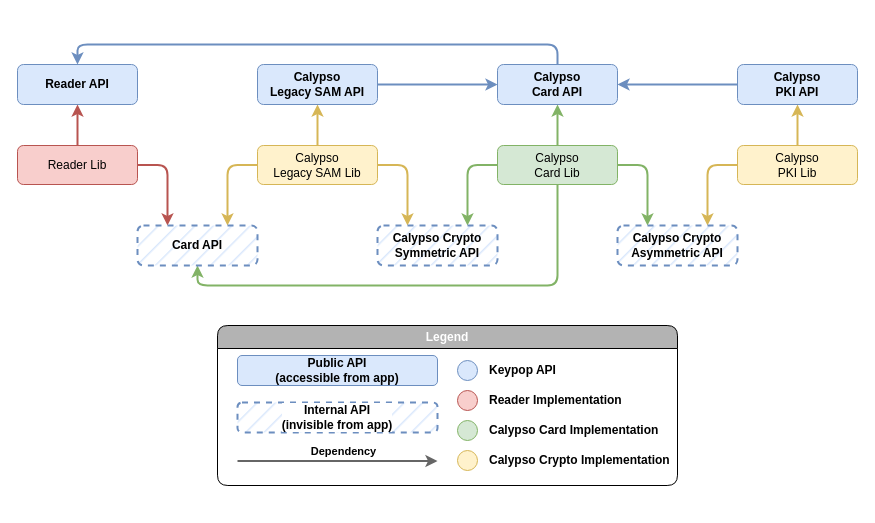
eclipse-keypop/keypop-website keeps this draw.io diagram as static/media/uml/apis_dependencies_overview.drawio. Above is the earlier version. Source tidied: cells renumbered, new cells numbered last; positions are measured from the earlier drawing's top-left corner, leaving out a move shared by most shapes. Both pictures are drawn from the tidied source at 100%, with x=0, y=0 at pixel (17, 64).
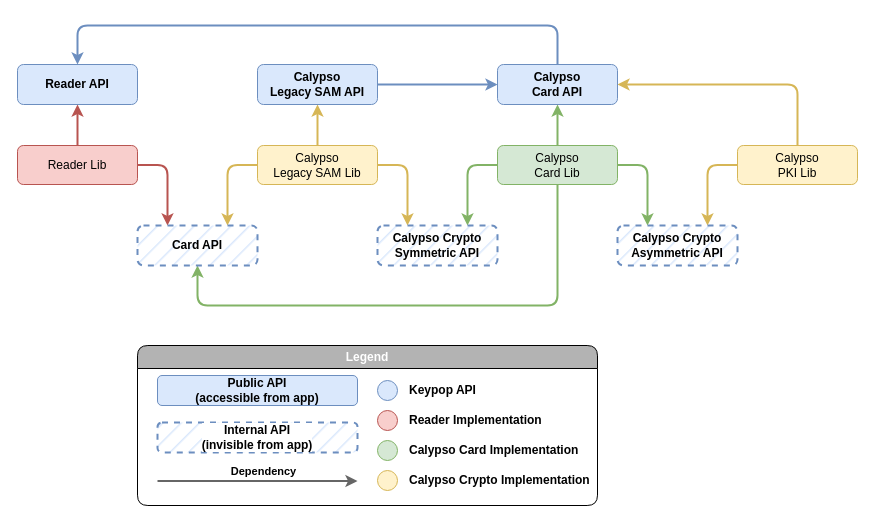
The same diagram, later.

The change refers to these unchanged cells:
```xml
<mxCell id="13" value="Reader API" style="rounded=1;whiteSpace=wrap;html=1;fillColor=#dae8fc;strokeColor=#6c8ebf;fontStyle=1;" parent="1" vertex="1">
  <mxGeometry width="120" height="40" as="geometry" />
</mxCell>
<mxCell id="14" value="Calypso&lt;br&gt;Card API" style="rounded=1;whiteSpace=wrap;html=1;fillColor=#dae8fc;strokeColor=#6c8ebf;fontStyle=1;" parent="1" vertex="1">
  <mxGeometry x="480" width="120" height="40" as="geometry" />
</mxCell>
<mxCell id="18" value="Calypso&lt;br&gt;Card Lib" style="rounded=1;whiteSpace=wrap;html=1;fillColor=#d5e8d4;strokeColor=#82b366;" parent="1" vertex="1">
  <mxGeometry x="480" y="81" width="120" height="39" as="geometry" />
</mxCell>
<mxCell id="20" value="Calypso&lt;br&gt;PKI Lib" style="rounded=1;whiteSpace=wrap;html=1;fillColor=#fff2cc;strokeColor=#d6b656;" parent="1" vertex="1">
  <mxGeometry x="720" y="81" width="120" height="39" as="geometry" />
</mxCell>
<mxCell id="21" value="Card API" style="rounded=1;whiteSpace=wrap;html=1;fillColor=#dae8fc;strokeColor=#6c8ebf;fontStyle=1;dashed=1;strokeWidth=2;fillStyle=hatch;" parent="1" vertex="1">
  <mxGeometry x="120" y="161" width="120" height="40" as="geometry" />
</mxCell>
```

What changed in the source:
```diff
@@
     <mxCell id="3" style="edgeStyle=orthogonalEdgeStyle;jettySize=auto;html=1;entryX=0.5;entryY=1;entryDx=0;entryDy=0;exitX=0.5;exitY=1;exitDx=0;exitDy=0;fillColor=#d5e8d4;strokeColor=#82b366;strokeWidth=2;" parent="1" edge="1" source="18" target="21">
-      <mxGeometry relative="1" as="geometry" />
+      <mxGeometry relative="1" as="geometry">
+        <Array as="points">
+          <mxPoint x="540" y="241" />
+          <mxPoint x="180" y="241" />
+        </Array>
+      </mxGeometry>
     </mxCell>
@@
-    <mxCell id="9" style="edgeStyle=orthogonalEdgeStyle;rounded=1;jettySize=auto;html=1;entryX=0.5;entryY=1;entryDx=0;entryDy=0;fillColor=#fff2cc;strokeColor=#d6b656;strokeWidth=2;exitX=0.5;exitY=0;exitDx=0;exitDy=0;" parent="1" edge="1" source="20" target="16">
+    <mxCell id="9" style="edgeStyle=orthogonalEdgeStyle;rounded=1;jettySize=auto;html=1;entryX=1;entryY=0.5;entryDx=0;entryDy=0;fillColor=#fff2cc;strokeColor=#d6b656;strokeWidth=2;exitX=0.5;exitY=0;exitDx=0;exitDy=0;" parent="1" edge="1" source="20" target="14">
       <mxGeometry relative="1" as="geometry" />
     </mxCell>
@@
-    <mxCell id="16" value="Calypso&lt;br&gt;PKI API" style="rounded=1;whiteSpace=wrap;html=1;fillColor=#dae8fc;strokeColor=#6c8ebf;fontStyle=1;" parent="1" vertex="1">
-      <mxGeometry x="720" width="120" height="40" as="geometry" />
-    </mxCell>
@@
     <mxCell id="24" style="edgeStyle=orthogonalEdgeStyle;jettySize=auto;html=1;entryX=0.5;entryY=0;entryDx=0;entryDy=0;fillColor=#dae8fc;strokeColor=#6c8ebf;strokeWidth=2;exitX=0.5;exitY=0;exitDx=0;exitDy=0;" parent="1" edge="1" source="14" target="13">
-      <mxGeometry relative="1" as="geometry" />
+      <mxGeometry relative="1" as="geometry">
+        <Array as="points">
+          <mxPoint x="540" y="-39" />
+          <mxPoint x="60" y="-39" />
+        </Array>
+      </mxGeometry>
     </mxCell>
@@
-    <mxCell id="26" style="edgeStyle=orthogonalEdgeStyle;jettySize=auto;html=1;entryX=1;entryY=0.5;entryDx=0;entryDy=0;exitX=0;exitY=0.5;exitDx=0;exitDy=0;fillColor=#dae8fc;strokeColor=#6c8ebf;strokeWidth=2;" parent="1" edge="1" source="16" target="14">
-      <mxGeometry relative="1" as="geometry" />
-    </mxCell>
     <mxCell id="27" value="Legend" style="swimlane;whiteSpace=wrap;html=1;shadow=0;glass=0;labelBackgroundColor=#B3B3B3;fillStyle=auto;strokeWidth=1;fillColor=#B3B3B3;gradientColor=none;rounded=1;swimlaneFillColor=none;swimlaneLine=1;fontColor=#FFFFFF;" parent="1" vertex="1">
-      <mxGeometry x="200" y="261" width="460" height="160" as="geometry" />
+      <mxGeometry x="120" y="281" width="460" height="160" as="geometry" />
     </mxCell>
```
